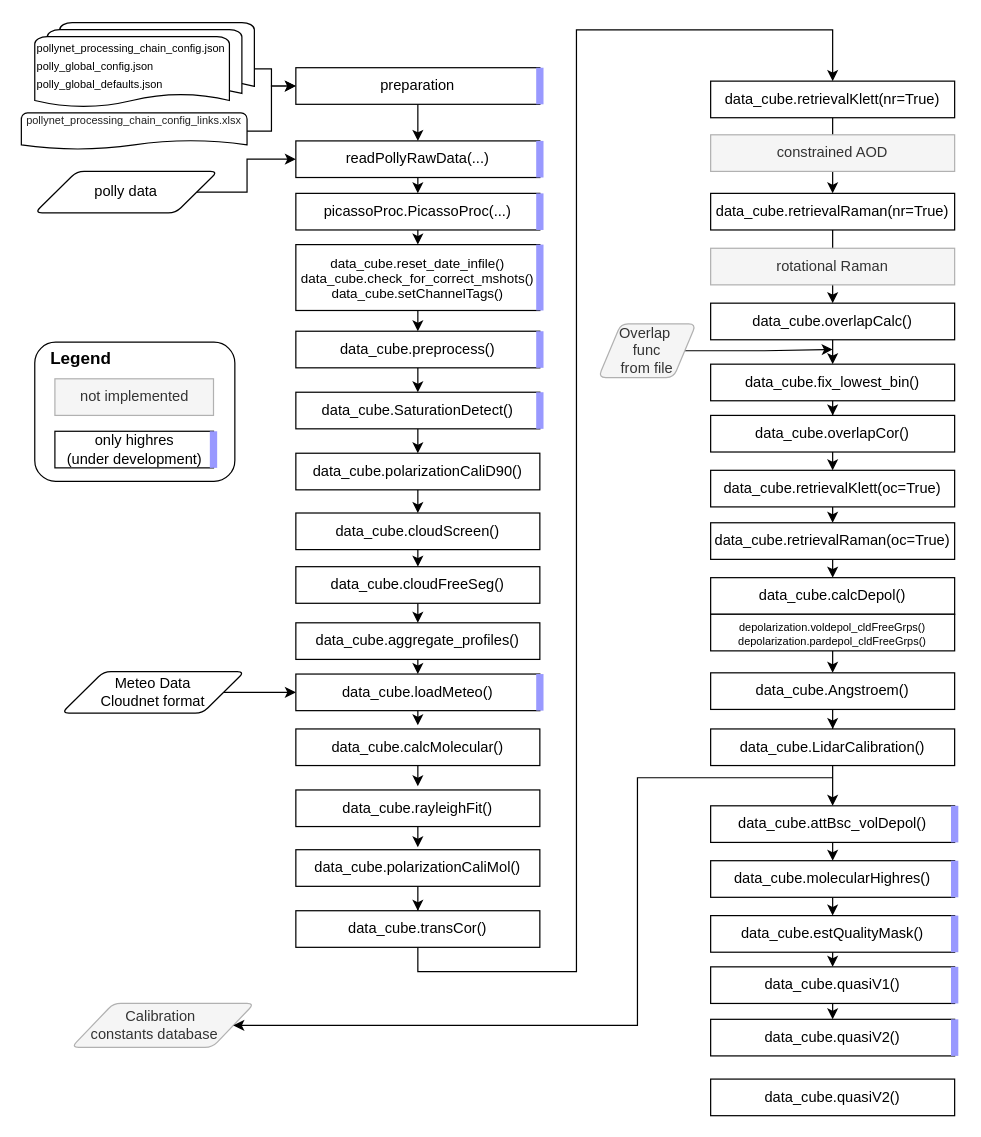
The draw.io diagram docs/source/userguide/PicassoPy_data_flow.drawio in PollyNET/PicassoPy, before the edit. Source tidied: cells renumbered, new cells numbered last; positions are measured from the earlier drawing's top-left corner, leaving out a move shared by most shapes. Both pictures are drawn from the tidied source at 122%, with x=0, y=0 at pixel (21, 22).
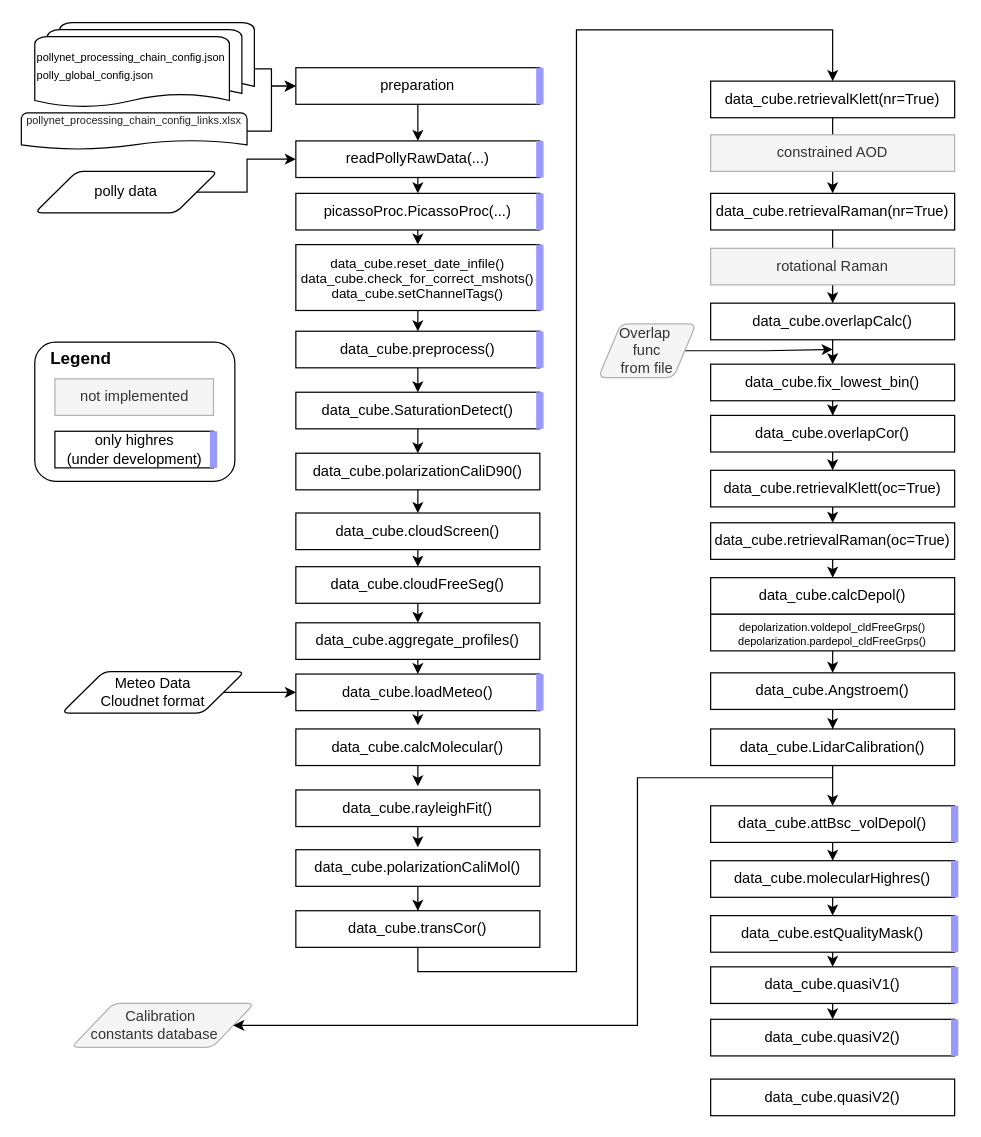
Above is the later version.

What changed in the source:
```diff
@@
-    <mxCell id="68" value="&lt;div align=&quot;left&quot;&gt;&lt;font style=&quot;font-size: 9px;&quot;&gt;pollynet_processing_chain_config.json&lt;/font&gt;&lt;/div&gt;&lt;div align=&quot;left&quot;&gt;&lt;div&gt;&lt;font style=&quot;font-size: 9px;&quot;&gt;polly_global_config.json&lt;/font&gt;&lt;/div&gt;&lt;div&gt;&lt;div&gt;&lt;font style=&quot;font-size: 9px;&quot;&gt;polly_global_defaults.json&lt;/font&gt;&lt;/div&gt;&lt;/div&gt;&lt;/div&gt;" style="strokeWidth=1;html=1;shape=mxgraph.flowchart.multi-document;whiteSpace=wrap;align=left;" parent="1" vertex="1">
+    <mxCell id="68" value="&lt;div align=&quot;left&quot;&gt;&lt;font style=&quot;font-size: 9px;&quot;&gt;pollynet_processing_chain_config.json&lt;/font&gt;&lt;/div&gt;&lt;div align=&quot;left&quot;&gt;&lt;div&gt;&lt;font style=&quot;font-size: 9px;&quot;&gt;polly_global_config.json&lt;/font&gt;&lt;/div&gt;&lt;/div&gt;" style="strokeWidth=1;html=1;shape=mxgraph.flowchart.multi-document;whiteSpace=wrap;align=left;" parent="1" vertex="1">
       <mxGeometry x="11" width="180" height="70" as="geometry" />
     </mxCell>
```
